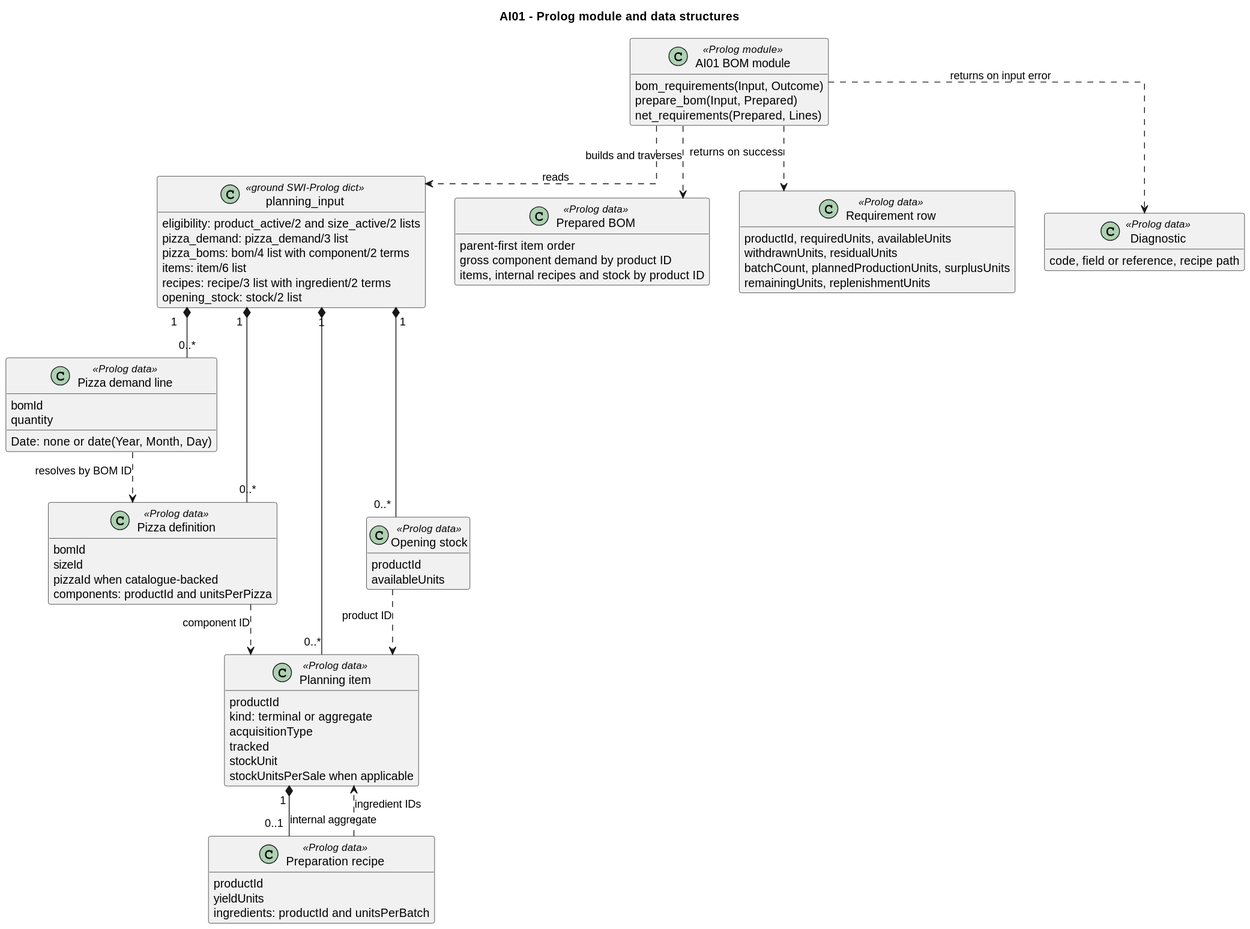
Earlier version of the PlantUML export docs/user_stories/ai/ai01/classDiagram/class_diagram_bom.svg (1240898/teste).
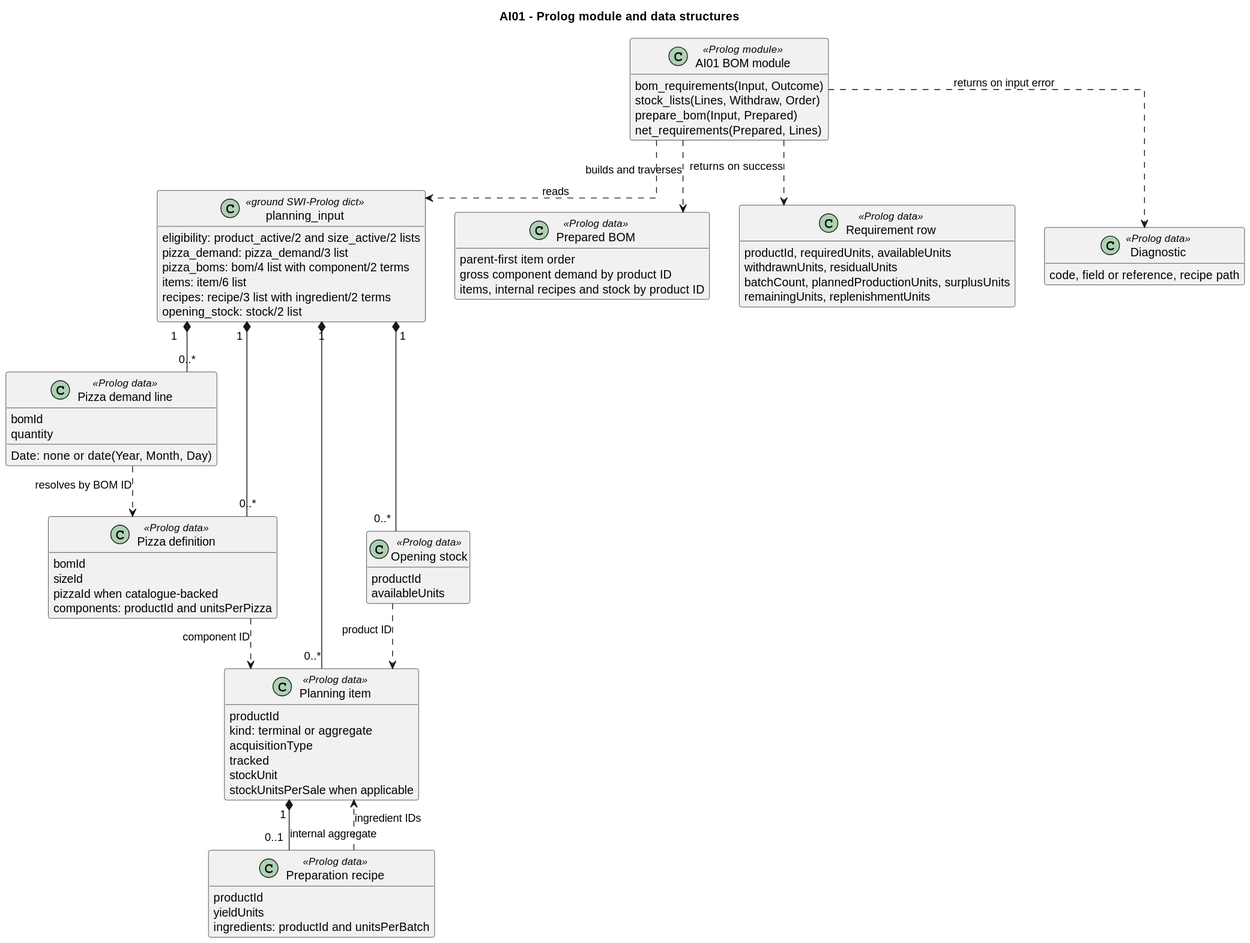
The same file after the commit.

What changed in the source:
```diff
@@ -7,6 +7,7 @@
 
 class "AI01 BOM module" as Module <<Prolog module>> {
   bom_requirements(Input, Outcome)
+  stock_lists(Lines, Withdraw, Order)
   prepare_bom(Input, Prepared)
   net_requirements(Prepared, Lines)
 }
```
